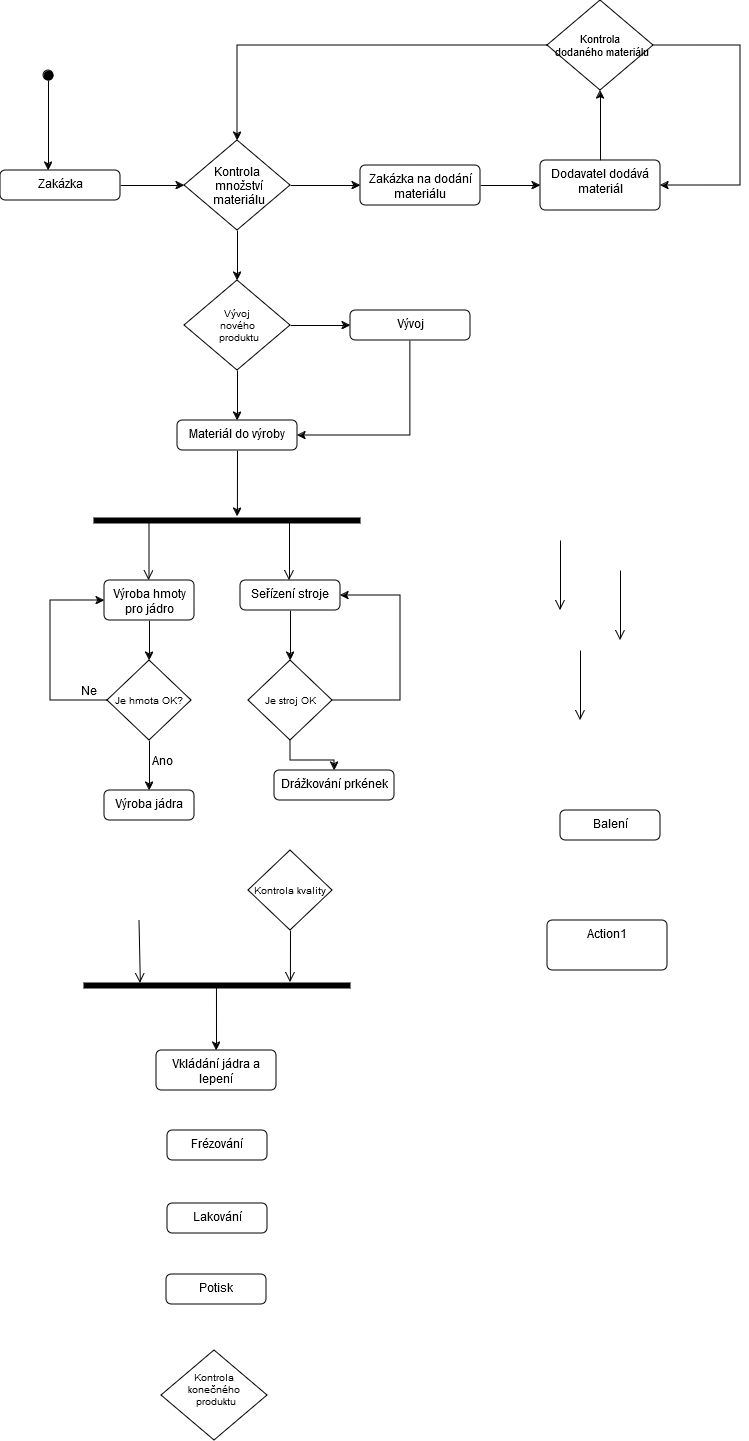
The draw.io diagram SW_ING/Tuzka_Aktivity.png in KarelMasa/pg, before a commit. Source tidied: cells renumbered, new cells last; positions are measured from the earlier drawing's top-left corner, leaving out a move shared by most shapes.
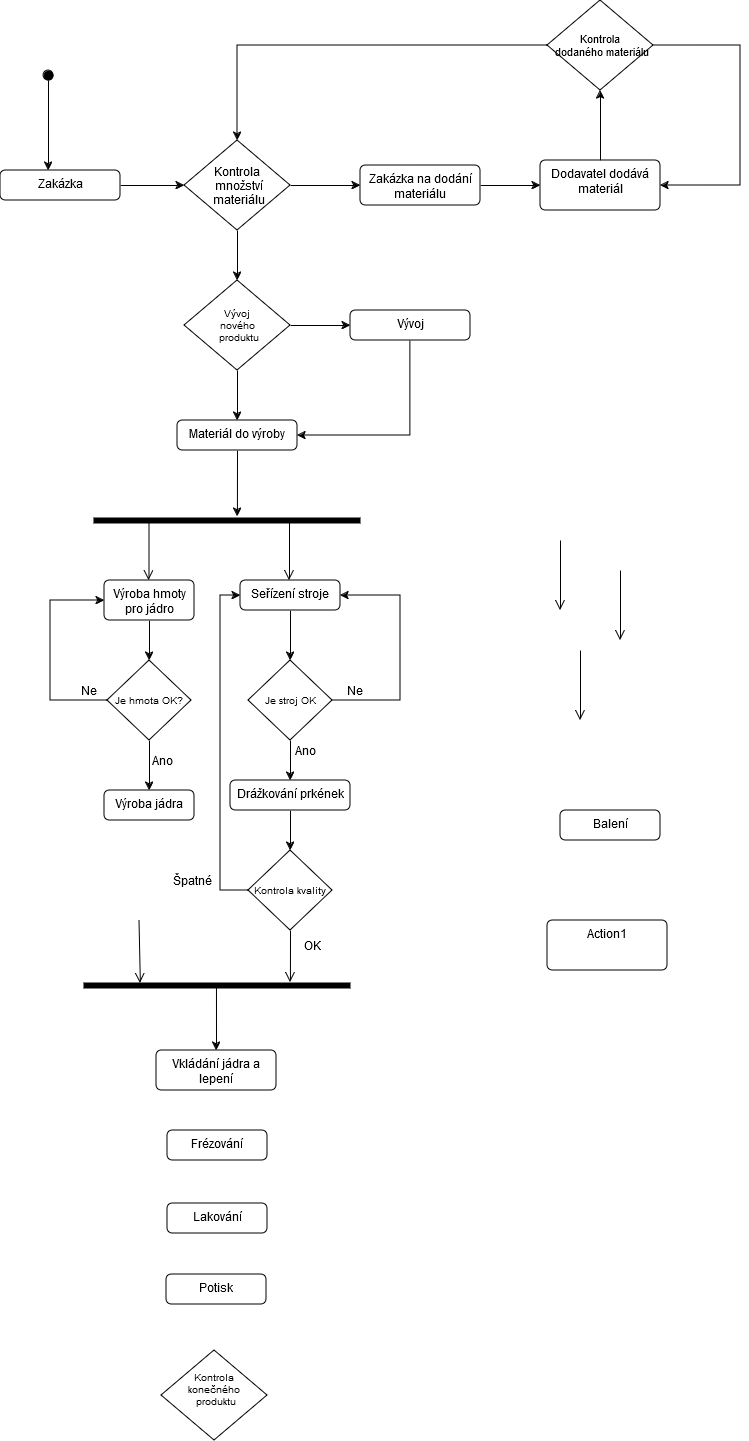
The same diagram one commit later.

Change to the diagram source:
```diff
@@ -97,8 +97,11 @@
         <mxPoint x="620" y="640" as="targetPoint" />
       </mxGeometry>
     </mxCell>
+    <mxCell id="55" style="edgeStyle=orthogonalEdgeStyle;rounded=0;jettySize=auto;html=1;entryX=0.5;entryY=0;entryDx=0;entryDy=0;" parent="1" edge="1" source="28" target="54">
+      <mxGeometry relative="1" as="geometry" />
+    </mxCell>
     <mxCell id="28" value="Drážkování prkének" style="html=1;align=center;verticalAlign=top;rounded=1;absoluteArcSize=1;arcSize=10;dashed=0;whiteSpace=wrap;" parent="1" vertex="1">
-      <mxGeometry x="274" y="770" width="120" height="30" as="geometry" />
+      <mxGeometry x="230" y="780" width="120" height="30" as="geometry" />
     </mxCell>
     <mxCell id="29" value="Výroba jádra" style="html=1;align=center;verticalAlign=top;rounded=1;absoluteArcSize=1;arcSize=10;dashed=0;whiteSpace=wrap;" parent="1" vertex="1">
       <mxGeometry x="104" y="790" width="90" height="30" as="geometry" />
@@ -191,8 +194,28 @@
     <mxCell id="53" value="Je stroj OK" style="rhombus;fontSize=10;" parent="1" vertex="1">
       <mxGeometry x="248" y="660" width="84" height="80" as="geometry" />
     </mxCell>
+    <mxCell id="56" style="edgeStyle=orthogonalEdgeStyle;rounded=0;jettySize=auto;html=1;entryX=0;entryY=0.5;entryDx=0;entryDy=0;" parent="1" edge="1" source="54" target="50">
+      <mxGeometry relative="1" as="geometry">
+        <Array as="points">
+          <mxPoint x="220" y="890" />
+          <mxPoint x="220" y="595" />
+        </Array>
+      </mxGeometry>
+    </mxCell>
     <mxCell id="54" value="Kontrola kvality" style="rhombus;fontSize=10;" parent="1" vertex="1">
       <mxGeometry x="248" y="850" width="84" height="80" as="geometry" />
     </mxCell>
+    <mxCell id="57" value="Ne" style="text;strokeColor=none;align=center;fillColor=none;html=1;verticalAlign=middle;whiteSpace=wrap;rounded=0;" parent="1" vertex="1">
+      <mxGeometry x="340" y="680" width="30" height="20" as="geometry" />
+    </mxCell>
+    <mxCell id="58" value="Špatné" style="text;strokeColor=none;align=center;fillColor=none;html=1;verticalAlign=middle;whiteSpace=wrap;rounded=0;" parent="1" vertex="1">
+      <mxGeometry x="177" y="870" width="30" height="20" as="geometry" />
+    </mxCell>
+    <mxCell id="59" value="OK" style="text;strokeColor=none;align=center;fillColor=none;html=1;verticalAlign=middle;whiteSpace=wrap;rounded=0;" parent="1" vertex="1">
+      <mxGeometry x="297" y="935" width="30" height="20" as="geometry" />
+    </mxCell>
+    <mxCell id="60" value="Ano" style="text;strokeColor=none;align=center;fillColor=none;html=1;verticalAlign=middle;whiteSpace=wrap;rounded=0;" parent="1" vertex="1">
+      <mxGeometry x="290" y="740" width="30" height="20" as="geometry" />
+    </mxCell>
   </root>
 </mxGraphModel>
```
